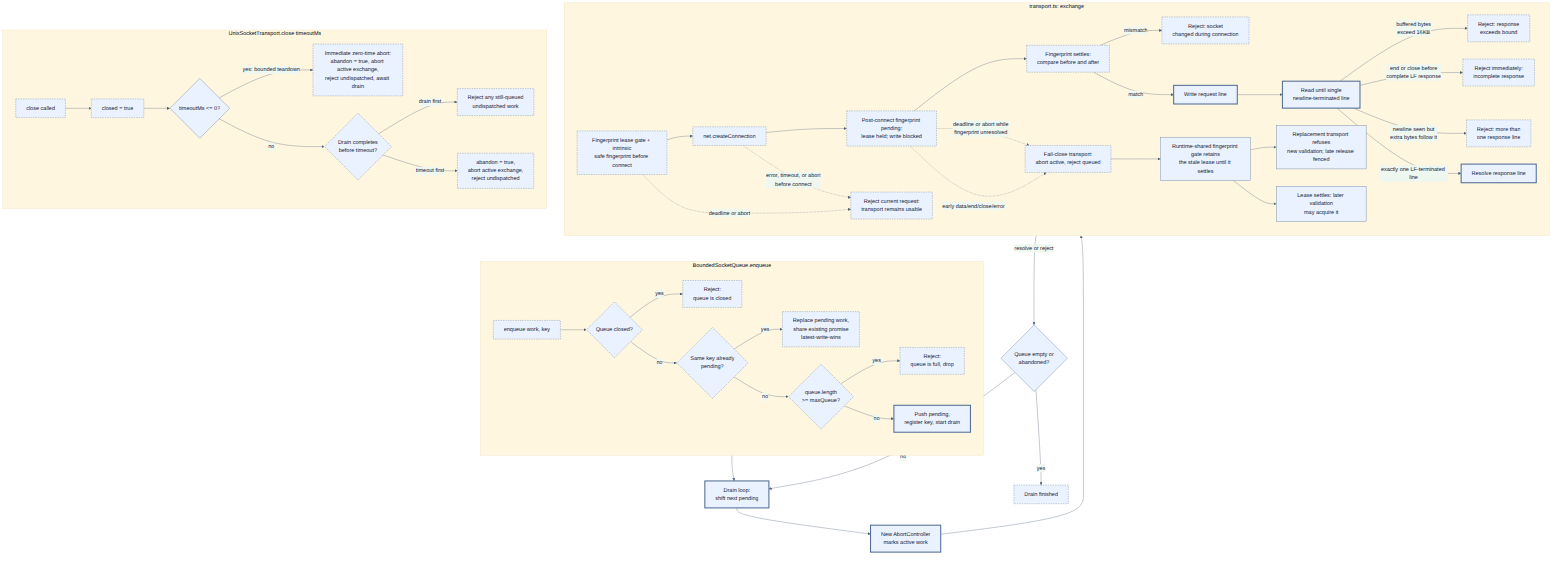
spi-ca/pi-cmux-presence keeps this Mermaid diagram as docs/diagram/transport-state.png. Above is the earlier version. Its source is kept beside it as docs/diagram/transport-state.mmd. The source it was exported from:
```mermaid
flowchart TB
  classDef core stroke-width:3px
  classDef boundary stroke-dasharray: 4 3
  classDef cmux stroke-width:3px,stroke-dasharray: 2 2

  subgraph Queue[BoundedSocketQueue.enqueue]
    direction LR
    Enqueue[enqueue work, key] --> Closed{Queue closed?}
    Closed -->|yes| RejectClosed[Reject:<br/>queue is closed]
    Closed -->|no| Coalesce{Same key already<br/>pending?}
    Coalesce -->|yes| Merge[Replace pending work,<br/>share existing promise<br/>latest-write-wins]
    Coalesce -->|no| Bound{queue.length<br/>>= maxQueue?}
    Bound -->|yes| RejectFull[Reject:<br/>queue is full, drop]
    Bound -->|no| Push[Push pending,<br/>register key, start drain]
  end

  Push --> Drain[Drain loop:<br/>shift next pending]
  Drain --> Active[New AbortController<br/>marks active work]
  Active --> Exchange
  Exchange -->|resolve or reject| More{Queue empty or<br/>abandoned?}
  More -->|no| Drain
  More -->|yes| Idle[Drain finished]

  subgraph Exchange[transport.ts: exchange]
    direction LR
    Before[Fingerprint lease gate + intrinsic<br/>safe fingerprint before connect] --> Connect[net.createConnection]
    Connect --> Pending[Post-connect fingerprint pending:<br/>lease held; write blocked]
    Pending --> After[Fingerprint settles:<br/>compare before and after]
    After -->|mismatch| Changed[Reject: socket<br/>changed during connection]
    After -->|match| Write[Write request line]
    Write --> Read[Read until single<br/>newline-terminated line]
    Read -->|buffered bytes<br/>exceed 16KB| TooLarge[Reject: response<br/>exceeds bound]
    Read -->|end or close before<br/>complete LF response| Incomplete[Reject immediately:<br/>incomplete response]
    Read -->|newline seen but<br/>extra bytes follow it| MultiLine[Reject: more than<br/>one response line]
    Read -->|exactly one LF-terminated line| Ok[Resolve response line]
    Before -.deadline or abort.-> Failed[Reject current request:<br/>transport remains usable]
    Connect -.error, timeout, or abort<br/>before connect.-> Failed
    Pending -.deadline or abort while<br/>fingerprint unresolved.-> Poison[Fail-close transport:<br/>abort active, reject queued]
    Pending -.early data/end/close/error.-> Poison
    Poison --> Held[Runtime-shared fingerprint gate retains<br/>the stale lease until it settles]
    Held --> Refuse[Replacement transport refuses<br/>new validation; late release fenced]
    Held --> Release[Lease settles: later validation<br/>may acquire it]
  end

  subgraph CloseLifecycle[UnixSocketTransport.close timeoutMs]
    direction LR
    CloseCall[close called] --> MarkClosed[closed = true]
    MarkClosed --> Immediate{timeoutMs <= 0?}
    Immediate -->|yes: bounded teardown| ImmediateAbort[Immediate zero-time abort:<br/>abandon = true, abort active exchange,<br/>reject undispatched, await drain]
    Immediate -->|no| Race{Drain completes<br/>before timeout?}
    Race -->|drain first| Settled[Reject any still-queued<br/>undispatched work]
    Race -->|timeout first| Abandon[abandon = true,<br/>abort active exchange,<br/>reject undispatched]
  end

  class Push,Drain,Active,Write,Read,Ok core
  class Enqueue,Closed,Coalesce,Merge,Bound,Before,Connect,Pending,After,CloseCall,MarkClosed,Race boundary
  class RejectClosed,RejectFull,Changed,TooLarge,Incomplete,MultiLine,Failed,Poison,ImmediateAbort,Abandon,Settled,Idle boundary
```
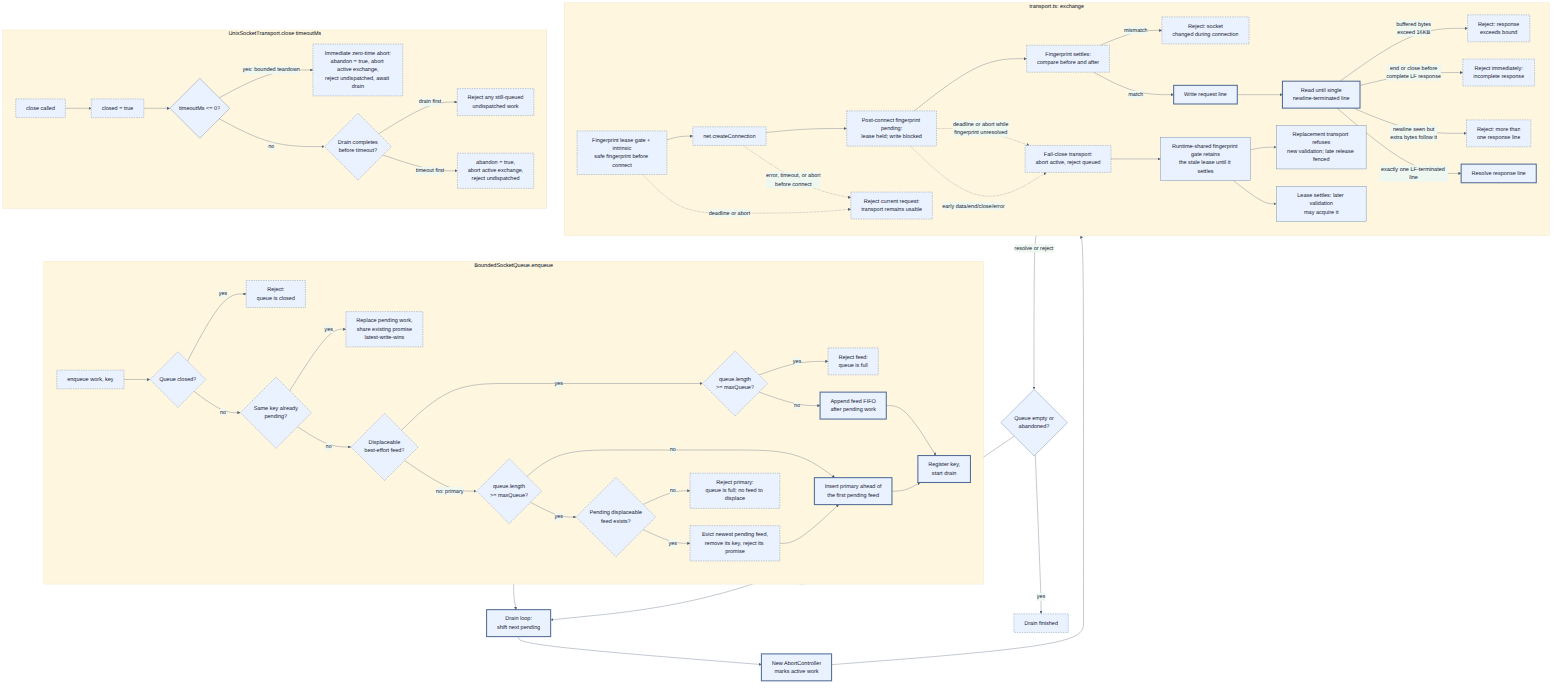
After the change.

Commit message:
fix(transport): 포화 큐에서 primary 출력 우선

Diff of the diagram source:
```diff
@@ -9,9 +9,18 @@
     Closed -->|yes| RejectClosed[Reject:<br/>queue is closed]
     Closed -->|no| Coalesce{Same key already<br/>pending?}
     Coalesce -->|yes| Merge[Replace pending work,<br/>share existing promise<br/>latest-write-wins]
-    Coalesce -->|no| Bound{queue.length<br/>>= maxQueue?}
-    Bound -->|yes| RejectFull[Reject:<br/>queue is full, drop]
-    Bound -->|no| Push[Push pending,<br/>register key, start drain]
+    Coalesce -->|no| WorkType{Displaceable<br/>best-effort feed?}
+    WorkType -->|yes| FeedBound{queue.length<br/>>= maxQueue?}
+    FeedBound -->|yes| RejectFeedFull[Reject feed:<br/>queue is full]
+    FeedBound -->|no| FeedPush[Append feed FIFO<br/>after pending work]
+    WorkType -->|no: primary| PrimaryBound{queue.length<br/>>= maxQueue?}
+    PrimaryBound -->|no| PrimaryPush[Insert primary ahead of<br/>the first pending feed]
+    PrimaryBound -->|yes| DisplaceablePending{Pending displaceable<br/>feed exists?}
+    DisplaceablePending -->|yes| Evict[Evict newest pending feed,<br/>remove its key, reject its promise]
+    Evict --> PrimaryPush
+    DisplaceablePending -->|no| RejectPrimaryFull[Reject primary:<br/>queue is full; no feed to displace]
+    FeedPush --> Push[Register key,<br/>start drain]
+    PrimaryPush --> Push
   end
 
   Push --> Drain[Drain loop:<br/>shift next pending]
@@ -52,6 +61,6 @@
     Race -->|timeout first| Abandon[abandon = true,<br/>abort active exchange,<br/>reject undispatched]
   end
 
-  class Push,Drain,Active,Write,Read,Ok core
-  class Enqueue,Closed,Coalesce,Merge,Bound,Before,Connect,Pending,After,CloseCall,MarkClosed,Race boundary
-  class RejectClosed,RejectFull,Changed,TooLarge,Incomplete,MultiLine,Failed,Poison,ImmediateAbort,Abandon,Settled,Idle boundary
+  class Push,FeedPush,PrimaryPush,Drain,Active,Write,Read,Ok core
+  class Enqueue,Closed,Coalesce,Merge,WorkType,FeedBound,PrimaryBound,DisplaceablePending,Evict,Before,Connect,Pending,After,CloseCall,MarkClosed,Race boundary
+  class RejectClosed,RejectFeedFull,RejectPrimaryFull,Changed,TooLarge,Incomplete,MultiLine,Failed,Poison,ImmediateAbort,Abandon,Settled,Idle boundary
```
